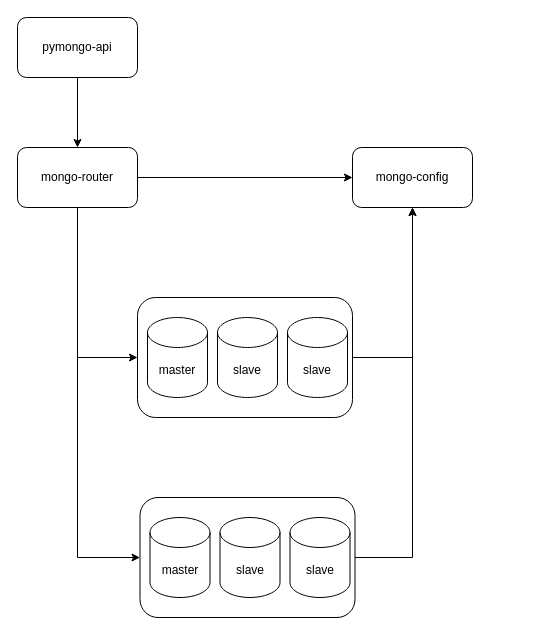
The draw.io diagram diagrams/sharding-repl.drawio in LeontevVS/architecture-black_friday, before the edit. Source tidied: cells renumbered, new cells numbered last; positions are measured from the earlier drawing's top-left corner, leaving out a move shared by most shapes. Both pictures are drawn from the tidied source at 100%, with x=0, y=0 at pixel (17, 17).
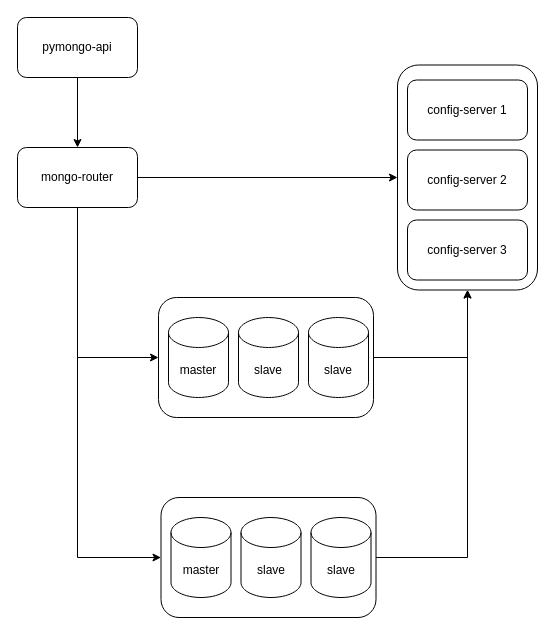
After the change.

Commit message (it also covers changes not shown here):
added_config_server_replica

Unchanged cells that the change refers to:
```xml
<mxCell id="7" value="mongo-router" style="rounded=1;whiteSpace=wrap;html=1;" parent="1" vertex="1">
  <mxGeometry y="130" width="120" height="60" as="geometry" />
</mxCell>
```

Change to the diagram source:
```diff
@@
-    <mxCell id="4" style="edgeStyle=orthogonalEdgeStyle;rounded=0;jettySize=auto;html=1;exitX=1;exitY=0.5;exitDx=0;exitDy=0;entryX=0;entryY=0.5;entryDx=0;entryDy=0;" parent="1" edge="1" source="7" target="8">
-      <mxGeometry relative="1" as="geometry" />
-    </mxCell>
-    <mxCell id="5" style="edgeStyle=orthogonalEdgeStyle;rounded=0;jettySize=auto;html=1;exitX=0.5;exitY=1;exitDx=0;exitDy=0;entryX=0;entryY=0.5;entryDx=0;entryDy=0;" parent="1" edge="1" source="7" target="10">
-      <mxGeometry relative="1" as="geometry" />
-    </mxCell>
-    <mxCell id="6" style="edgeStyle=orthogonalEdgeStyle;rounded=0;jettySize=auto;html=1;exitX=0.5;exitY=1;exitDx=0;exitDy=0;entryX=0;entryY=0.5;entryDx=0;entryDy=0;" parent="1" edge="1" source="7" target="15">
-      <mxGeometry relative="1" as="geometry" />
-    </mxCell>
+    <mxCell id="19" style="edgeStyle=orthogonalEdgeStyle;rounded=0;jettySize=auto;html=1;exitX=1;exitY=0.5;exitDx=0;exitDy=0;entryX=0;entryY=0.5;entryDx=0;entryDy=0;" parent="1" edge="1" source="7" target="32">
+      <mxGeometry x="-0.4" relative="1" as="geometry" />
+    </mxCell>
+    <mxCell id="20" style="edgeStyle=orthogonalEdgeStyle;rounded=0;jettySize=auto;html=1;exitX=0.5;exitY=1;exitDx=0;exitDy=0;entryX=0;entryY=0.5;entryDx=0;entryDy=0;" parent="1" edge="1" source="7" target="23">
+      <mxGeometry relative="1" as="geometry" />
+    </mxCell>
+    <mxCell id="21" style="edgeStyle=orthogonalEdgeStyle;rounded=0;jettySize=auto;html=1;exitX=0.5;exitY=1;exitDx=0;exitDy=0;entryX=0;entryY=0.5;entryDx=0;entryDy=0;" parent="1" edge="1" source="7" target="28">
+      <mxGeometry relative="1" as="geometry" />
+    </mxCell>
@@
-    <mxCell id="8" value="mongo-config" style="rounded=1;whiteSpace=wrap;html=1;" parent="1" vertex="1">
-      <mxGeometry x="335" y="130" width="120" height="60" as="geometry" />
-    </mxCell>
-    <mxCell id="9" style="edgeStyle=orthogonalEdgeStyle;rounded=0;jettySize=auto;html=1;exitX=1;exitY=0.5;exitDx=0;exitDy=0;" parent="1" edge="1" source="10" target="8">
-      <mxGeometry relative="1" as="geometry" />
-    </mxCell>
-    <mxCell id="10" style="rounded=1;whiteSpace=wrap;html=1;" parent="1" vertex="1">
-      <mxGeometry x="120" y="280" width="215" height="120" as="geometry" />
-    </mxCell>
-    <mxCell id="11" value="master" style="shape=cylinder3;whiteSpace=wrap;html=1;boundedLbl=1;backgroundOutline=1;size=15;" parent="1" vertex="1">
-      <mxGeometry x="130" y="300" width="60" height="80" as="geometry" />
-    </mxCell>
-    <mxCell id="12" value="slave" style="shape=cylinder3;whiteSpace=wrap;html=1;boundedLbl=1;backgroundOutline=1;size=15;" parent="1" vertex="1">
-      <mxGeometry x="200" y="300" width="60" height="80" as="geometry" />
-    </mxCell>
-    <mxCell id="13" value="slave" style="shape=cylinder3;whiteSpace=wrap;html=1;boundedLbl=1;backgroundOutline=1;size=15;" parent="1" vertex="1">
-      <mxGeometry x="270" y="300" width="60" height="80" as="geometry" />
-    </mxCell>
-    <mxCell id="14" style="edgeStyle=orthogonalEdgeStyle;rounded=0;jettySize=auto;html=1;exitX=1;exitY=0.5;exitDx=0;exitDy=0;entryX=0.5;entryY=1;entryDx=0;entryDy=0;" parent="1" edge="1" source="15" target="8">
-      <mxGeometry relative="1" as="geometry" />
-    </mxCell>
-    <mxCell id="15" style="rounded=1;whiteSpace=wrap;html=1;" parent="1" vertex="1">
-      <mxGeometry x="122.5" y="480" width="215" height="120" as="geometry" />
-    </mxCell>
-    <mxCell id="16" value="master" style="shape=cylinder3;whiteSpace=wrap;html=1;boundedLbl=1;backgroundOutline=1;size=15;" parent="1" vertex="1">
-      <mxGeometry x="132.5" y="500" width="60" height="80" as="geometry" />
-    </mxCell>
-    <mxCell id="17" value="slave" style="shape=cylinder3;whiteSpace=wrap;html=1;boundedLbl=1;backgroundOutline=1;size=15;" parent="1" vertex="1">
-      <mxGeometry x="202.5" y="500" width="60" height="80" as="geometry" />
-    </mxCell>
-    <mxCell id="18" value="slave" style="shape=cylinder3;whiteSpace=wrap;html=1;boundedLbl=1;backgroundOutline=1;size=15;" parent="1" vertex="1">
-      <mxGeometry x="272.5" y="500" width="60" height="80" as="geometry" />
-    </mxCell>
+    <mxCell id="22" style="edgeStyle=orthogonalEdgeStyle;rounded=0;jettySize=auto;html=1;exitX=1;exitY=0.5;exitDx=0;exitDy=0;entryX=0.5;entryY=1;entryDx=0;entryDy=0;" parent="1" edge="1" source="23" target="32">
+      <mxGeometry relative="1" as="geometry" />
+    </mxCell>
+    <mxCell id="23" style="rounded=1;whiteSpace=wrap;html=1;" parent="1" vertex="1">
+      <mxGeometry x="141" y="280" width="215" height="120" as="geometry" />
+    </mxCell>
+    <mxCell id="24" value="master" style="shape=cylinder3;whiteSpace=wrap;html=1;boundedLbl=1;backgroundOutline=1;size=15;" parent="1" vertex="1">
+      <mxGeometry x="151" y="300" width="60" height="80" as="geometry" />
+    </mxCell>
+    <mxCell id="25" value="slave" style="shape=cylinder3;whiteSpace=wrap;html=1;boundedLbl=1;backgroundOutline=1;size=15;" parent="1" vertex="1">
+      <mxGeometry x="221" y="300" width="60" height="80" as="geometry" />
+    </mxCell>
+    <mxCell id="26" value="slave" style="shape=cylinder3;whiteSpace=wrap;html=1;boundedLbl=1;backgroundOutline=1;size=15;" parent="1" vertex="1">
+      <mxGeometry x="291" y="300" width="60" height="80" as="geometry" />
+    </mxCell>
+    <mxCell id="27" style="edgeStyle=orthogonalEdgeStyle;rounded=0;jettySize=auto;html=1;exitX=1;exitY=0.5;exitDx=0;exitDy=0;entryX=0.5;entryY=1;entryDx=0;entryDy=0;" parent="1" edge="1" source="28" target="32">
+      <mxGeometry relative="1" as="geometry" />
+    </mxCell>
+    <mxCell id="28" style="rounded=1;whiteSpace=wrap;html=1;" parent="1" vertex="1">
+      <mxGeometry x="143.5" y="480" width="215" height="120" as="geometry" />
+    </mxCell>
+    <mxCell id="29" value="master" style="shape=cylinder3;whiteSpace=wrap;html=1;boundedLbl=1;backgroundOutline=1;size=15;" parent="1" vertex="1">
+      <mxGeometry x="153.5" y="500" width="60" height="80" as="geometry" />
+    </mxCell>
+    <mxCell id="30" value="slave" style="shape=cylinder3;whiteSpace=wrap;html=1;boundedLbl=1;backgroundOutline=1;size=15;" parent="1" vertex="1">
+      <mxGeometry x="223.5" y="500" width="60" height="80" as="geometry" />
+    </mxCell>
+    <mxCell id="31" value="slave" style="shape=cylinder3;whiteSpace=wrap;html=1;boundedLbl=1;backgroundOutline=1;size=15;" parent="1" vertex="1">
+      <mxGeometry x="293.5" y="500" width="60" height="80" as="geometry" />
+    </mxCell>
+    <mxCell id="32" style="rounded=1;whiteSpace=wrap;html=1;" parent="1" vertex="1">
+      <mxGeometry x="380" y="47.5" width="140" height="225" as="geometry" />
+    </mxCell>
+    <mxCell id="33" value="config-server 2" style="rounded=1;whiteSpace=wrap;html=1;" parent="1" vertex="1">
+      <mxGeometry x="390" y="132.5" width="120" height="60" as="geometry" />
+    </mxCell>
+    <mxCell id="34" value="config-server 3" style="rounded=1;whiteSpace=wrap;html=1;" parent="1" vertex="1">
+      <mxGeometry x="390" y="202.5" width="120" height="60" as="geometry" />
+    </mxCell>
+    <mxCell id="35" value="config-server 1" style="rounded=1;whiteSpace=wrap;html=1;" parent="1" vertex="1">
+      <mxGeometry x="390" y="62.5" width="120" height="60" as="geometry" />
+    </mxCell>
```
